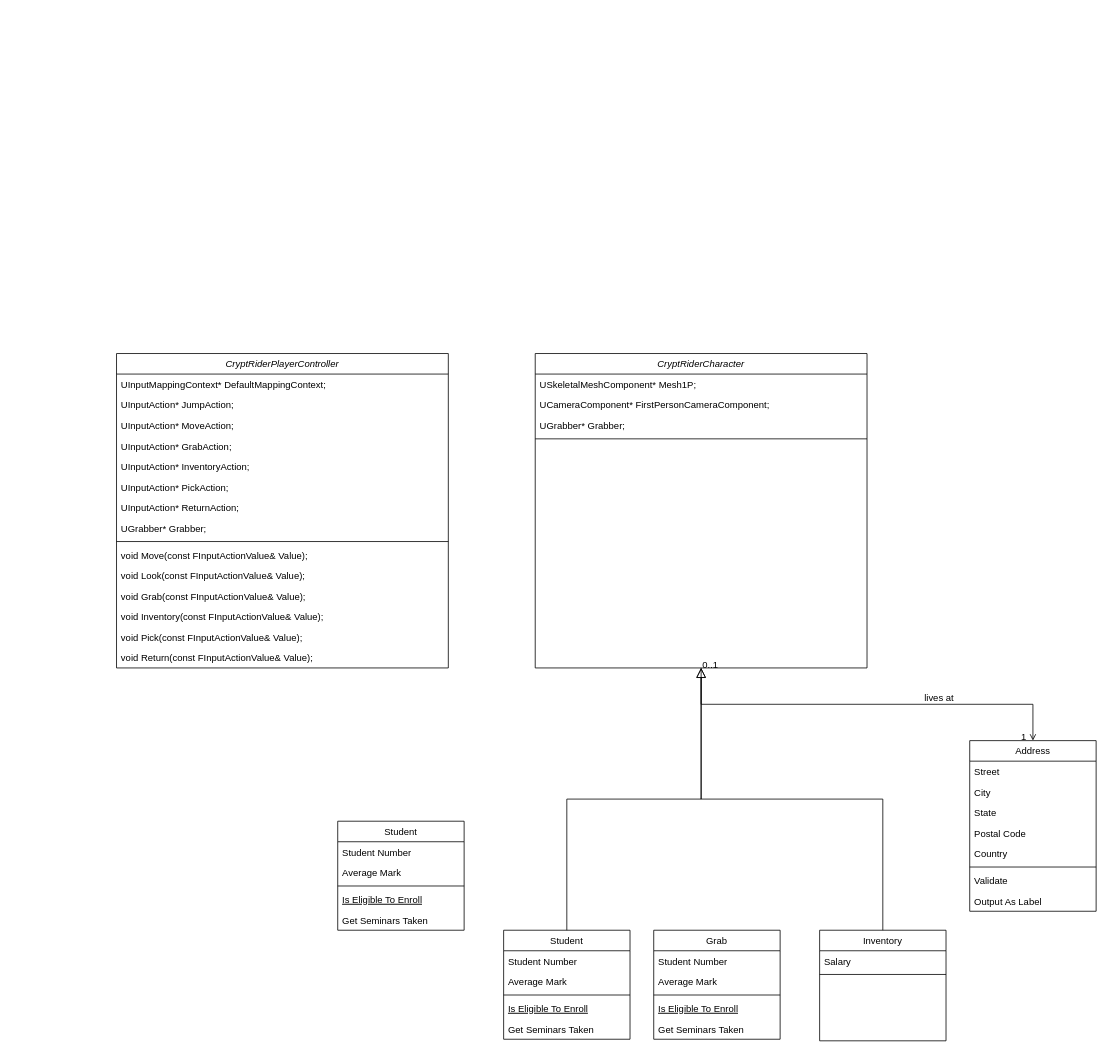
Before: CryptRider.drawio in beeseo147/CryptRider, a draw.io diagram. Source tidied: cells renumbered, new cells numbered last; positions are measured from the earlier drawing's top-left corner, leaving out a move shared by most shapes. Both pictures are drawn from the tidied source at 79%, with x=0, y=0 at pixel (116, 353).
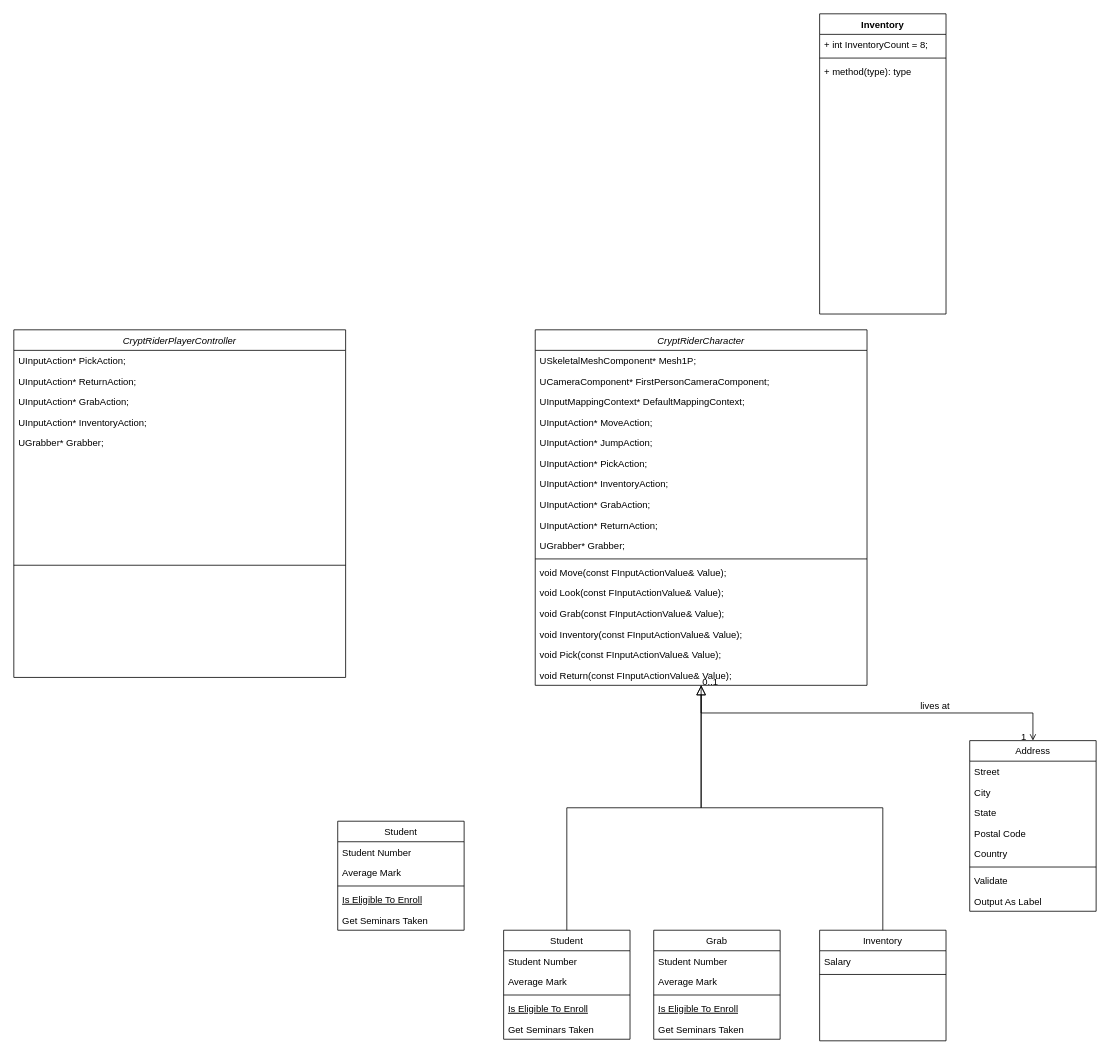
After the change.

Change to the diagram source:
```diff
@@
     <mxCell id="2" value="CryptRiderCharacter&#10;" style="swimlane;fontStyle=2;align=center;verticalAlign=top;horizontal=1;startSize=26;rounded=0;shadow=0;strokeWidth=1;" parent="1" vertex="1">
-      <mxGeometry x="530" width="420" height="398" as="geometry" />
+      <mxGeometry x="530" y="-30" width="420" height="450" as="geometry" />
     </mxCell>
@@
-    <mxCell id="5" value="UGrabber* Grabber;" style="text;align=left;verticalAlign=top;spacingLeft=4;spacingRight=4;overflow=hidden;rounded=0;shadow=0;html=0;" parent="2" vertex="1">
-      <mxGeometry y="78" width="420" height="26" as="geometry" />
-    </mxCell>
+    <mxCell id="44" value="&#9;UInputMappingContext* DefaultMappingContext;&#10;" style="text;align=left;verticalAlign=top;spacingLeft=4;spacingRight=4;overflow=hidden;rounded=0;shadow=0;html=0;" parent="2" vertex="1">
+      <mxGeometry y="78" width="420" height="26" as="geometry" />
+    </mxCell>
+    <mxCell id="46" value="UInputAction* MoveAction;" style="text;align=left;verticalAlign=top;spacingLeft=4;spacingRight=4;overflow=hidden;rounded=0;shadow=0;html=0;" parent="2" vertex="1">
+      <mxGeometry y="104" width="420" height="26" as="geometry" />
+    </mxCell>
+    <mxCell id="45" value="UInputAction* JumpAction;" style="text;align=left;verticalAlign=top;spacingLeft=4;spacingRight=4;overflow=hidden;rounded=0;shadow=0;html=0;" parent="2" vertex="1">
+      <mxGeometry y="130" width="420" height="26" as="geometry" />
+    </mxCell>
+    <mxCell id="49" value="UInputAction* PickAction;" style="text;align=left;verticalAlign=top;spacingLeft=4;spacingRight=4;overflow=hidden;rounded=0;shadow=0;html=0;" parent="2" vertex="1">
+      <mxGeometry y="156" width="420" height="26" as="geometry" />
+    </mxCell>
+    <mxCell id="59" value="UInputAction* InventoryAction;" style="text;align=left;verticalAlign=top;spacingLeft=4;spacingRight=4;overflow=hidden;rounded=0;shadow=0;html=0;" parent="2" vertex="1">
+      <mxGeometry y="182" width="420" height="26" as="geometry" />
+    </mxCell>
+    <mxCell id="60" value="UInputAction* GrabAction;" style="text;align=left;verticalAlign=top;spacingLeft=4;spacingRight=4;overflow=hidden;rounded=0;shadow=0;html=0;" parent="2" vertex="1">
+      <mxGeometry y="208" width="420" height="26" as="geometry" />
+    </mxCell>
+    <mxCell id="61" value="UInputAction* ReturnAction;" style="text;align=left;verticalAlign=top;spacingLeft=4;spacingRight=4;overflow=hidden;rounded=0;shadow=0;html=0;" parent="2" vertex="1">
+      <mxGeometry y="234" width="420" height="26" as="geometry" />
+    </mxCell>
+    <mxCell id="62" value="UGrabber* Grabber;" style="text;align=left;verticalAlign=top;spacingLeft=4;spacingRight=4;overflow=hidden;rounded=0;shadow=0;html=0;" parent="2" vertex="1">
+      <mxGeometry y="260" width="420" height="26" as="geometry" />
+    </mxCell>
     <mxCell id="6" style="line;html=1;strokeWidth=1;align=left;verticalAlign=middle;spacingTop=-1;spacingLeft=3;spacingRight=3;labelPosition=right;" parent="2" vertex="1">
-      <mxGeometry y="104" width="420" height="8" as="geometry" />
+      <mxGeometry y="286" width="420" height="8" as="geometry" />
     </mxCell>
+    <mxCell id="53" value="void Move(const FInputActionValue&amp; Value);" style="text;align=left;verticalAlign=top;spacingLeft=4;spacingRight=4;overflow=hidden;" parent="2" vertex="1">
+      <mxGeometry y="294" width="420" height="26" as="geometry" />
+    </mxCell>
+    <mxCell id="54" value="void Look(const FInputActionValue&amp; Value);" style="text;align=left;verticalAlign=top;spacingLeft=4;spacingRight=4;overflow=hidden;" parent="2" vertex="1">
+      <mxGeometry y="320" width="420" height="26" as="geometry" />
+    </mxCell>
+    <mxCell id="55" value="void Grab(const FInputActionValue&amp; Value);" style="text;align=left;verticalAlign=top;spacingLeft=4;spacingRight=4;overflow=hidden;" parent="2" vertex="1">
+      <mxGeometry y="346" width="420" height="26" as="geometry" />
+    </mxCell>
+    <mxCell id="56" value="void Inventory(const FInputActionValue&amp; Value);" style="text;align=left;verticalAlign=top;spacingLeft=4;spacingRight=4;overflow=hidden;" parent="2" vertex="1">
+      <mxGeometry y="372" width="420" height="26" as="geometry" />
+    </mxCell>
+    <mxCell id="57" value="void Pick(const FInputActionValue&amp; Value);" style="text;align=left;verticalAlign=top;spacingLeft=4;spacingRight=4;overflow=hidden;" parent="2" vertex="1">
+      <mxGeometry y="398" width="420" height="26" as="geometry" />
+    </mxCell>
+    <mxCell id="58" value="void Return(const FInputActionValue&amp; Value);" style="text;align=left;verticalAlign=top;spacingLeft=4;spacingRight=4;overflow=hidden;" parent="2" vertex="1">
+      <mxGeometry y="424" width="420" height="26" as="geometry" />
+    </mxCell>
@@
     <mxCell id="43" value="CryptRiderPlayerController&#10;" style="swimlane;fontStyle=2;align=center;verticalAlign=top;horizontal=1;startSize=26;rounded=0;shadow=0;strokeWidth=1;" parent="1" vertex="1">
-      <mxGeometry width="420" height="398" as="geometry" />
+      <mxGeometry x="-130" y="-30" width="420" height="440" as="geometry" />
     </mxCell>
-    <mxCell id="44" value="&#9;UInputMappingContext* DefaultMappingContext;&#10;" style="text;align=left;verticalAlign=top;spacingLeft=4;spacingRight=4;overflow=hidden;rounded=0;shadow=0;html=0;" parent="43" vertex="1">
-      <mxGeometry y="26" width="420" height="26" as="geometry" />
-    </mxCell>
-    <mxCell id="45" value="UInputAction* JumpAction;" style="text;align=left;verticalAlign=top;spacingLeft=4;spacingRight=4;overflow=hidden;rounded=0;shadow=0;html=0;" parent="43" vertex="1">
-      <mxGeometry y="52" width="420" height="26" as="geometry" />
-    </mxCell>
-    <mxCell id="46" value="UInputAction* MoveAction;" style="text;align=left;verticalAlign=top;spacingLeft=4;spacingRight=4;overflow=hidden;rounded=0;shadow=0;html=0;" parent="43" vertex="1">
-      <mxGeometry y="78" width="420" height="26" as="geometry" />
-    </mxCell>
-    <mxCell id="47" value="UInputAction* GrabAction;" style="text;align=left;verticalAlign=top;spacingLeft=4;spacingRight=4;overflow=hidden;rounded=0;shadow=0;html=0;" parent="43" vertex="1">
-      <mxGeometry y="104" width="420" height="26" as="geometry" />
-    </mxCell>
-    <mxCell id="48" value="UInputAction* InventoryAction;" style="text;align=left;verticalAlign=top;spacingLeft=4;spacingRight=4;overflow=hidden;rounded=0;shadow=0;html=0;" parent="43" vertex="1">
-      <mxGeometry y="130" width="420" height="26" as="geometry" />
-    </mxCell>
-    <mxCell id="49" value="UInputAction* PickAction;" style="text;align=left;verticalAlign=top;spacingLeft=4;spacingRight=4;overflow=hidden;rounded=0;shadow=0;html=0;" parent="43" vertex="1">
-      <mxGeometry y="156" width="420" height="26" as="geometry" />
-    </mxCell>
-    <mxCell id="50" value="UInputAction* ReturnAction;" style="text;align=left;verticalAlign=top;spacingLeft=4;spacingRight=4;overflow=hidden;rounded=0;shadow=0;html=0;" parent="43" vertex="1">
-      <mxGeometry y="182" width="420" height="26" as="geometry" />
-    </mxCell>
-    <mxCell id="51" value="UGrabber* Grabber;" style="text;align=left;verticalAlign=top;spacingLeft=4;spacingRight=4;overflow=hidden;rounded=0;shadow=0;html=0;" parent="43" vertex="1">
-      <mxGeometry y="208" width="420" height="26" as="geometry" />
-    </mxCell>
+    <mxCell id="63" value="UInputAction* PickAction;" style="text;align=left;verticalAlign=top;spacingLeft=4;spacingRight=4;overflow=hidden;rounded=0;shadow=0;html=0;" parent="43" vertex="1">
+      <mxGeometry y="26" width="420" height="26" as="geometry" />
+    </mxCell>
+    <mxCell id="64" value="UInputAction* ReturnAction;" style="text;align=left;verticalAlign=top;spacingLeft=4;spacingRight=4;overflow=hidden;rounded=0;shadow=0;html=0;" parent="43" vertex="1">
+      <mxGeometry y="52" width="420" height="26" as="geometry" />
+    </mxCell>
+    <mxCell id="65" value="UInputAction* GrabAction;" style="text;align=left;verticalAlign=top;spacingLeft=4;spacingRight=4;overflow=hidden;rounded=0;shadow=0;html=0;" parent="43" vertex="1">
+      <mxGeometry y="78" width="420" height="26" as="geometry" />
+    </mxCell>
+    <mxCell id="66" value="UInputAction* InventoryAction;" style="text;align=left;verticalAlign=top;spacingLeft=4;spacingRight=4;overflow=hidden;rounded=0;shadow=0;html=0;" parent="43" vertex="1">
+      <mxGeometry y="104" width="420" height="26" as="geometry" />
+    </mxCell>
+    <mxCell id="67" value="UGrabber* Grabber;" style="text;align=left;verticalAlign=top;spacingLeft=4;spacingRight=4;overflow=hidden;rounded=0;shadow=0;html=0;" parent="43" vertex="1">
+      <mxGeometry y="130" width="420" height="26" as="geometry" />
+    </mxCell>
     <mxCell id="52" style="line;html=1;strokeWidth=1;align=left;verticalAlign=middle;spacingTop=-1;spacingLeft=3;spacingRight=3;labelPosition=right;" parent="43" vertex="1">
-      <mxGeometry y="234" width="420" height="8" as="geometry" />
+      <mxGeometry y="156" width="420" height="284" as="geometry" />
     </mxCell>
-    <mxCell id="53" value="void Move(const FInputActionValue&amp; Value);" style="text;align=left;verticalAlign=top;spacingLeft=4;spacingRight=4;overflow=hidden;" parent="43" vertex="1">
-      <mxGeometry y="242" width="420" height="26" as="geometry" />
-    </mxCell>
-    <mxCell id="54" value="void Look(const FInputActionValue&amp; Value);" style="text;align=left;verticalAlign=top;spacingLeft=4;spacingRight=4;overflow=hidden;" parent="43" vertex="1">
-      <mxGeometry y="268" width="420" height="26" as="geometry" />
-    </mxCell>
-    <mxCell id="55" value="void Grab(const FInputActionValue&amp; Value);" style="text;align=left;verticalAlign=top;spacingLeft=4;spacingRight=4;overflow=hidden;" parent="43" vertex="1">
-      <mxGeometry y="294" width="420" height="26" as="geometry" />
-    </mxCell>
-    <mxCell id="56" value="void Inventory(const FInputActionValue&amp; Value);" style="text;align=left;verticalAlign=top;spacingLeft=4;spacingRight=4;overflow=hidden;" parent="43" vertex="1">
-      <mxGeometry y="320" width="420" height="26" as="geometry" />
-    </mxCell>
-    <mxCell id="57" value="void Pick(const FInputActionValue&amp; Value);" style="text;align=left;verticalAlign=top;spacingLeft=4;spacingRight=4;overflow=hidden;" parent="43" vertex="1">
-      <mxGeometry y="346" width="420" height="26" as="geometry" />
-    </mxCell>
-    <mxCell id="58" value="void Return(const FInputActionValue&amp; Value);" style="text;align=left;verticalAlign=top;spacingLeft=4;spacingRight=4;overflow=hidden;" parent="43" vertex="1">
-      <mxGeometry y="372" width="420" height="26" as="geometry" />
-    </mxCell>
+    <mxCell id="68" value="Inventory&lt;div&gt;&lt;br&gt;&lt;/div&gt;" style="swimlane;fontStyle=1;align=center;verticalAlign=top;horizontal=1;startSize=26;whiteSpace=wrap;html=1;" parent="1" vertex="1">
+      <mxGeometry x="890" y="-430" width="160" height="380" as="geometry" />
+    </mxCell>
+    <mxCell id="69" value="+&amp;nbsp;int InventoryCount = 8;" style="text;strokeColor=none;fillColor=none;align=left;verticalAlign=top;spacingLeft=4;spacingRight=4;overflow=hidden;whiteSpace=wrap;html=1;" parent="68" vertex="1">
+      <mxGeometry y="26" width="160" height="26" as="geometry" />
+    </mxCell>
+    <mxCell id="70" style="line;strokeWidth=1;fillColor=none;align=left;verticalAlign=middle;spacingTop=-1;spacingLeft=3;spacingRight=3;labelPosition=right;strokeColor=inherit;" parent="68" vertex="1">
+      <mxGeometry y="52" width="160" height="8" as="geometry" />
+    </mxCell>
+    <mxCell id="71" value="+ method(type): type" style="text;strokeColor=none;fillColor=none;align=left;verticalAlign=top;spacingLeft=4;spacingRight=4;overflow=hidden;whiteSpace=wrap;html=1;" parent="68" vertex="1">
+      <mxGeometry y="60" width="160" height="320" as="geometry" />
+    </mxCell>
```
